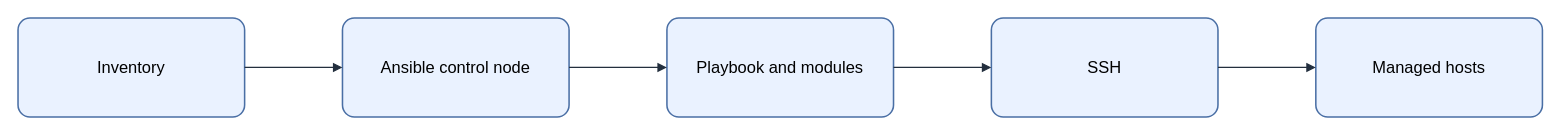
Above: assets/img/iac/ansible-control-flow.drawio in KKamJi98/kkamji98.github.io (draw.io), before the change. Source tidied: cells renumbered, new cells numbered last; positions are measured from the earlier drawing's top-left corner, leaving out a move shared by most shapes. Both pictures are drawn from the tidied source at 103%, with x=0, y=0 at pixel (18, 18).
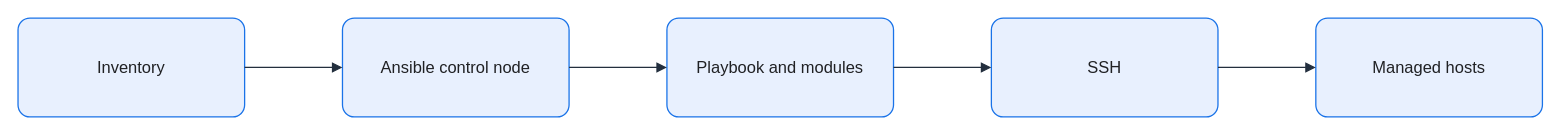
The same page after the edit.

The edit, as a diff of the source:
```diff
@@
 <mxGraphModel background="#FFFFFF">
   <root>
     <mxCell id="0" />
     <mxCell id="1" parent="0" />
-    <mxCell id="2" value="Inventory" style="rounded=1;arcSize=12;whiteSpace=wrap;html=0;fillColor=#EAF2FF;strokeColor=#4A6FA5;strokeWidth=1.5;fontColor=#000000;fontSize=16;align=center;verticalAlign=middle;spacing=8;shadow=0;" parent="1" vertex="1">
+    <mxCell id="2" value="Inventory" style="rounded=1;arcSize=12;whiteSpace=wrap;html=0;fillColor=#E8F0FE;strokeColor=#1A73E8;strokeWidth=1.25;fontColor=#202124;fontSize=16;align=center;verticalAlign=middle;spacing=8;shadow=0;" parent="1" vertex="1">
       <mxGeometry width="220" height="96" as="geometry" />
     </mxCell>
-    <mxCell id="3" value="Ansible control node" style="rounded=1;arcSize=12;whiteSpace=wrap;html=0;fillColor=#EAF2FF;strokeColor=#4A6FA5;strokeWidth=1.5;fontColor=#000000;fontSize=16;align=center;verticalAlign=middle;spacing=8;shadow=0;" parent="1" vertex="1">
+    <mxCell id="3" value="Ansible control node" style="rounded=1;arcSize=12;whiteSpace=wrap;html=0;fillColor=#E8F0FE;strokeColor=#1A73E8;strokeWidth=1.25;fontColor=#202124;fontSize=16;align=center;verticalAlign=middle;spacing=8;shadow=0;" parent="1" vertex="1">
       <mxGeometry x="315" width="220" height="96" as="geometry" />
     </mxCell>
-    <mxCell id="4" value="Playbook and modules" style="rounded=1;arcSize=12;whiteSpace=wrap;html=0;fillColor=#EAF2FF;strokeColor=#4A6FA5;strokeWidth=1.5;fontColor=#000000;fontSize=16;align=center;verticalAlign=middle;spacing=8;shadow=0;" parent="1" vertex="1">
+    <mxCell id="4" value="Playbook and modules" style="rounded=1;arcSize=12;whiteSpace=wrap;html=0;fillColor=#E8F0FE;strokeColor=#1A73E8;strokeWidth=1.25;fontColor=#202124;fontSize=16;align=center;verticalAlign=middle;spacing=8;shadow=0;" parent="1" vertex="1">
       <mxGeometry x="630" width="220" height="96" as="geometry" />
     </mxCell>
-    <mxCell id="5" value="SSH" style="rounded=1;arcSize=12;whiteSpace=wrap;html=0;fillColor=#EAF2FF;strokeColor=#4A6FA5;strokeWidth=1.5;fontColor=#000000;fontSize=16;align=center;verticalAlign=middle;spacing=8;shadow=0;" parent="1" vertex="1">
+    <mxCell id="5" value="SSH" style="rounded=1;arcSize=12;whiteSpace=wrap;html=0;fillColor=#E8F0FE;strokeColor=#1A73E8;strokeWidth=1.25;fontColor=#202124;fontSize=16;align=center;verticalAlign=middle;spacing=8;shadow=0;" parent="1" vertex="1">
       <mxGeometry x="945" width="220" height="96" as="geometry" />
     </mxCell>
-    <mxCell id="6" value="Managed hosts" style="rounded=1;arcSize=12;whiteSpace=wrap;html=0;fillColor=#EAF2FF;strokeColor=#4A6FA5;strokeWidth=1.5;fontColor=#000000;fontSize=16;align=center;verticalAlign=middle;spacing=8;shadow=0;" parent="1" vertex="1">
+    <mxCell id="6" value="Managed hosts" style="rounded=1;arcSize=12;whiteSpace=wrap;html=0;fillColor=#E8F0FE;strokeColor=#1A73E8;strokeWidth=1.25;fontColor=#202124;fontSize=16;align=center;verticalAlign=middle;spacing=8;shadow=0;" parent="1" vertex="1">
       <mxGeometry x="1260" width="220" height="96" as="geometry" />
     </mxCell>
-    <mxCell id="7" style="edgeStyle=orthogonalEdgeStyle;rounded=0;jettySize=auto;html=0;endArrow=block;endFill=1;strokeColor=#232F3E;strokeWidth=1.25;fontColor=#000000;labelBackgroundColor=none;exitX=1;exitY=0.5;exitDx=0;exitDy=0;entryX=0;entryY=0.5;entryDx=0;entryDy=0;" parent="1" edge="1" source="2" target="3">
+    <mxCell id="7" style="edgeStyle=orthogonalEdgeStyle;rounded=0;jettySize=auto;html=0;endArrow=block;endFill=1;strokeColor=#232F3E;strokeWidth=1.25;fontColor=#202124;labelBackgroundColor=none;exitX=1;exitY=0.5;exitDx=0;exitDy=0;entryX=0;entryY=0.5;entryDx=0;entryDy=0;endSize=7;" parent="1" edge="1" source="2" target="3">
       <mxGeometry relative="1" as="geometry" />
     </mxCell>
-    <mxCell id="8" style="edgeStyle=orthogonalEdgeStyle;rounded=0;jettySize=auto;html=0;endArrow=block;endFill=1;strokeColor=#232F3E;strokeWidth=1.25;fontColor=#000000;labelBackgroundColor=none;exitX=1;exitY=0.5;exitDx=0;exitDy=0;entryX=0;entryY=0.5;entryDx=0;entryDy=0;" parent="1" edge="1" source="3" target="4">
+    <mxCell id="8" style="edgeStyle=orthogonalEdgeStyle;rounded=0;jettySize=auto;html=0;endArrow=block;endFill=1;strokeColor=#232F3E;strokeWidth=1.25;fontColor=#202124;labelBackgroundColor=none;exitX=1;exitY=0.5;exitDx=0;exitDy=0;entryX=0;entryY=0.5;entryDx=0;entryDy=0;endSize=7;" parent="1" edge="1" source="3" target="4">
       <mxGeometry relative="1" as="geometry" />
     </mxCell>
-    <mxCell id="9" style="edgeStyle=orthogonalEdgeStyle;rounded=0;jettySize=auto;html=0;endArrow=block;endFill=1;strokeColor=#232F3E;strokeWidth=1.25;fontColor=#000000;labelBackgroundColor=none;exitX=1;exitY=0.5;exitDx=0;exitDy=0;entryX=0;entryY=0.5;entryDx=0;entryDy=0;" parent="1" edge="1" source="4" target="5">
+    <mxCell id="9" style="edgeStyle=orthogonalEdgeStyle;rounded=0;jettySize=auto;html=0;endArrow=block;endFill=1;strokeColor=#232F3E;strokeWidth=1.25;fontColor=#202124;labelBackgroundColor=none;exitX=1;exitY=0.5;exitDx=0;exitDy=0;entryX=0;entryY=0.5;entryDx=0;entryDy=0;endSize=7;" parent="1" edge="1" source="4" target="5">
       <mxGeometry relative="1" as="geometry" />
     </mxCell>
-    <mxCell id="10" style="edgeStyle=orthogonalEdgeStyle;rounded=0;jettySize=auto;html=0;endArrow=block;endFill=1;strokeColor=#232F3E;strokeWidth=1.25;fontColor=#000000;labelBackgroundColor=none;exitX=1;exitY=0.5;exitDx=0;exitDy=0;entryX=0;entryY=0.5;entryDx=0;entryDy=0;" parent="1" edge="1" source="5" target="6">
+    <mxCell id="10" style="edgeStyle=orthogonalEdgeStyle;rounded=0;jettySize=auto;html=0;endArrow=block;endFill=1;strokeColor=#232F3E;strokeWidth=1.25;fontColor=#202124;labelBackgroundColor=none;exitX=1;exitY=0.5;exitDx=0;exitDy=0;entryX=0;entryY=0.5;entryDx=0;entryDy=0;endSize=7;" parent="1" edge="1" source="5" target="6">
       <mxGeometry relative="1" as="geometry" />
     </mxCell>
   </root>
 </mxGraphModel>
```
